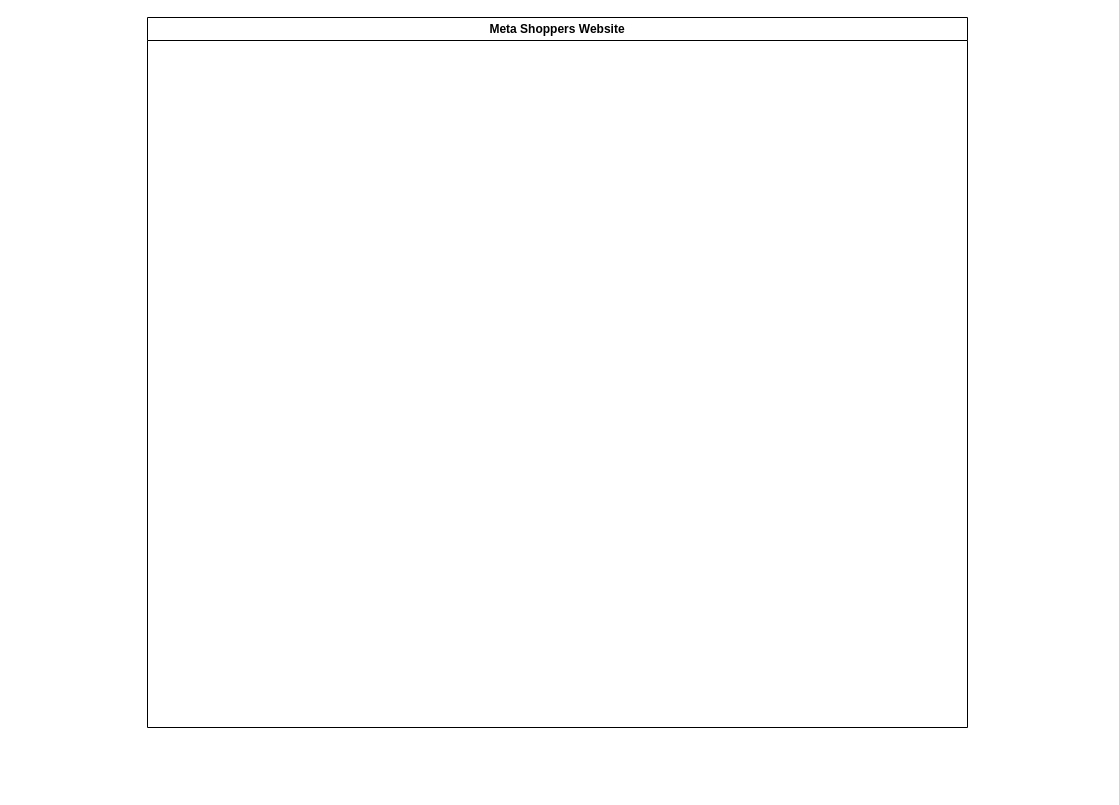
Earlier version of the draw.io diagram Documentations/3- Usecase Diagram/MetaShoppers_UCDiag.drawio (Mehrbod-MK/MetaShoppers). Source tidied: cells renumbered, new cells numbered last; positions are measured from the earlier drawing's top-left corner, leaving out a move shared by most shapes. Both pictures are drawn from the tidied source at 100%, with x=0, y=0 at pixel (147, 17).
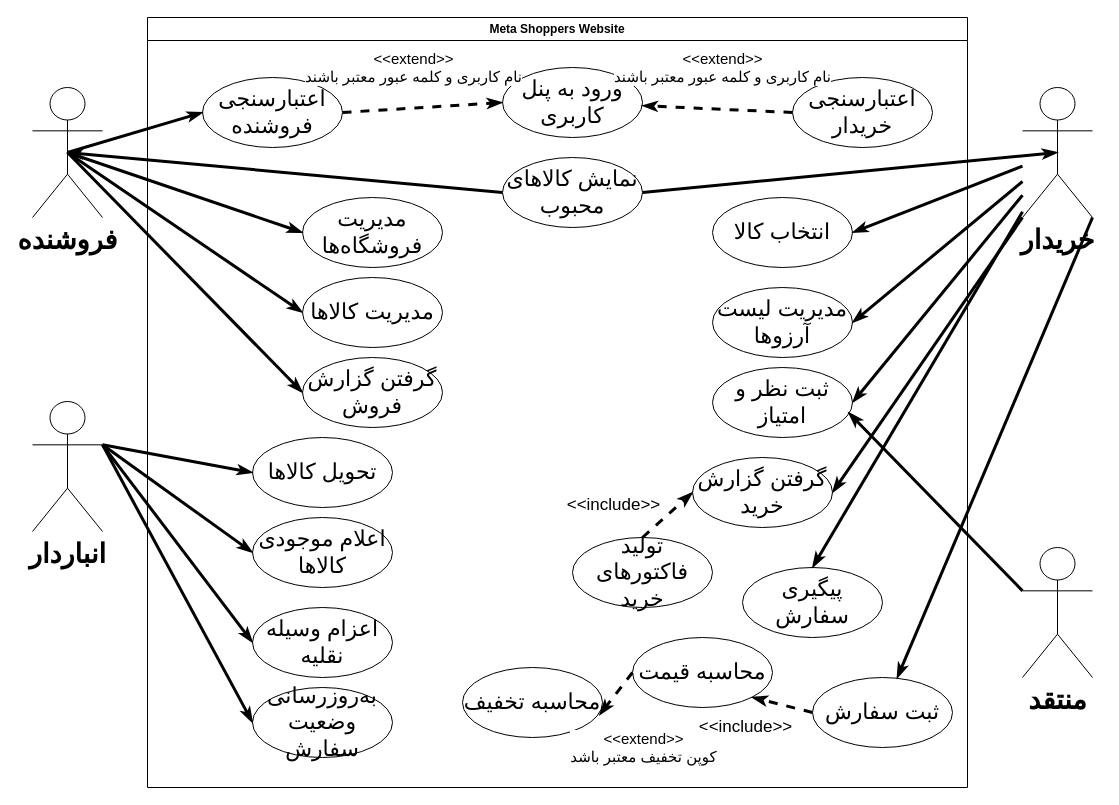
The same diagram, later.

Commit message (it also covers changes not shown here):
Designed Usecase Diagram and modified mind map.

What changed in the source:
```diff
@@
     <mxCell id="2" value="Meta Shoppers Website" style="swimlane;whiteSpace=wrap;html=1;" parent="1" vertex="1">
-      <mxGeometry width="820" height="710" as="geometry" />
+      <mxGeometry width="820" height="770" as="geometry" />
     </mxCell>
+    <mxCell id="3" value="اعتبارسنجی فروشنده" style="ellipse;whiteSpace=wrap;html=1;fontSize=22;" parent="2" vertex="1">
+      <mxGeometry x="55" y="60" width="140" height="70" as="geometry" />
+    </mxCell>
+    <mxCell id="4" value="ورود به پنل کاربری" style="ellipse;whiteSpace=wrap;html=1;fontSize=22;" parent="2" vertex="1">
+      <mxGeometry x="355" y="50" width="140" height="70" as="geometry" />
+    </mxCell>
+    <mxCell id="5" value="مدیریت فروشگاه‌ها" style="ellipse;whiteSpace=wrap;html=1;fontSize=22;" parent="2" vertex="1">
+      <mxGeometry x="155" y="180" width="140" height="70" as="geometry" />
+    </mxCell>
+    <mxCell id="6" value="مدیریت کالاها" style="ellipse;whiteSpace=wrap;html=1;fontSize=22;" parent="2" vertex="1">
+      <mxGeometry x="155" y="260" width="140" height="70" as="geometry" />
+    </mxCell>
+    <mxCell id="7" value="اعتبارسنجی خریدار" style="ellipse;whiteSpace=wrap;html=1;fontSize=22;" parent="2" vertex="1">
+      <mxGeometry x="645" y="60" width="140" height="70" as="geometry" />
+    </mxCell>
+    <mxCell id="8" value="انتخاب کالا" style="ellipse;whiteSpace=wrap;html=1;fontSize=22;" parent="2" vertex="1">
+      <mxGeometry x="565" y="180" width="140" height="70" as="geometry" />
+    </mxCell>
+    <mxCell id="9" value="مدیریت لیست آرزوها" style="ellipse;whiteSpace=wrap;html=1;fontSize=22;" parent="2" vertex="1">
+      <mxGeometry x="565" y="270" width="140" height="70" as="geometry" />
+    </mxCell>
+    <mxCell id="10" value="ثبت نظر و امتیاز" style="ellipse;whiteSpace=wrap;html=1;fontSize=22;" parent="2" vertex="1">
+      <mxGeometry x="565" y="350" width="140" height="70" as="geometry" />
+    </mxCell>
+    <mxCell id="11" value="گرفتن گزارش خرید" style="ellipse;whiteSpace=wrap;html=1;fontSize=22;" parent="2" vertex="1">
+      <mxGeometry x="545" y="440" width="140" height="70" as="geometry" />
+    </mxCell>
+    <mxCell id="12" value="تولید فاکتورهای خرید" style="ellipse;whiteSpace=wrap;html=1;fontSize=22;" parent="2" vertex="1">
+      <mxGeometry x="425" y="520" width="140" height="70" as="geometry" />
+    </mxCell>
+    <mxCell id="13" value="پیگیری سفارش" style="ellipse;whiteSpace=wrap;html=1;fontSize=22;" parent="2" vertex="1">
+      <mxGeometry x="595" y="550" width="140" height="70" as="geometry" />
+    </mxCell>
+    <mxCell id="14" style="endArrow=classicThin;html=1;rounded=0;exitX=1;exitY=0.5;exitDx=0;exitDy=0;entryX=0;entryY=0.5;entryDx=0;entryDy=0;endFill=1;strokeWidth=3;dashed=1;" parent="2" edge="1" source="3" target="4">
+      <mxGeometry relative="1" as="geometry" />
+    </mxCell>
+    <mxCell id="15" value="&amp;lt;&amp;lt;extend&amp;gt;&amp;gt;&lt;div style=&quot;font-size: 15px;&quot;&gt;نام کاربری و کلمه عبور معتبر باشند&lt;/div&gt;" style="edgeLabel;html=1;align=center;verticalAlign=middle;fontSize=15;" parent="14" vertex="1">
+      <mxGeometry x="0.27" relative="1" as="geometry">
+        <mxPoint x="-31" y="-39" as="offset" />
+      </mxGeometry>
+    </mxCell>
+    <mxCell id="16" style="endArrow=classicThin;html=1;rounded=0;exitX=0;exitY=0.5;exitDx=0;exitDy=0;endFill=1;strokeWidth=3;dashed=1;" parent="2" edge="1" source="7" target="4">
+      <mxGeometry relative="1" as="geometry" />
+    </mxCell>
+    <mxCell id="17" value="&amp;lt;&amp;lt;extend&amp;gt;&amp;gt;&lt;div style=&quot;font-size: 15px;&quot;&gt;نام کاربری و کلمه عبور معتبر باشند&lt;/div&gt;" style="edgeLabel;html=1;align=center;verticalAlign=middle;fontSize=15;" parent="16" vertex="1">
+      <mxGeometry x="0.27" relative="1" as="geometry">
+        <mxPoint x="25" y="-41" as="offset" />
+      </mxGeometry>
+    </mxCell>
+    <mxCell id="18" value="گرفتن گزارش فروش" style="ellipse;whiteSpace=wrap;html=1;fontSize=22;" parent="2" vertex="1">
+      <mxGeometry x="155" y="340" width="140" height="70" as="geometry" />
+    </mxCell>
+    <mxCell id="19" value="نمایش کالاهای محبوب" style="ellipse;whiteSpace=wrap;html=1;fontSize=22;" parent="2" vertex="1">
+      <mxGeometry x="355" y="140" width="140" height="70" as="geometry" />
+    </mxCell>
+    <mxCell id="20" value="محاسبه قیمت" style="ellipse;whiteSpace=wrap;html=1;fontSize=22;" parent="2" vertex="1">
+      <mxGeometry x="485" y="620" width="140" height="70" as="geometry" />
+    </mxCell>
+    <mxCell id="21" style="endArrow=classicThin;html=1;rounded=0;exitX=0.5;exitY=0;exitDx=0;exitDy=0;entryX=0;entryY=0.5;entryDx=0;entryDy=0;endFill=1;strokeWidth=3;dashed=1;" parent="2" edge="1" source="12" target="11">
+      <mxGeometry relative="1" as="geometry" />
+    </mxCell>
+    <mxCell id="22" value="&amp;lt;&amp;lt;include&amp;gt;&amp;gt;" style="edgeLabel;html=1;align=center;verticalAlign=middle;fontSize=17;" parent="21" vertex="1">
+      <mxGeometry x="0.46" y="-4" relative="1" as="geometry">
+        <mxPoint x="-69" y="-3" as="offset" />
+      </mxGeometry>
+    </mxCell>
+    <mxCell id="23" value="ثبت سفارش" style="ellipse;whiteSpace=wrap;html=1;fontSize=22;" parent="2" vertex="1">
+      <mxGeometry x="665" y="660" width="140" height="70" as="geometry" />
+    </mxCell>
+    <mxCell id="24" style="endArrow=classicThin;html=1;rounded=0;exitX=0;exitY=0.5;exitDx=0;exitDy=0;entryX=1;entryY=1;entryDx=0;entryDy=0;endFill=1;strokeWidth=3;dashed=1;" parent="2" edge="1" source="23" target="20">
+      <mxGeometry relative="1" as="geometry" />
+    </mxCell>
+    <mxCell id="25" value="&amp;lt;&amp;lt;include&amp;gt;&amp;gt;" style="edgeLabel;html=1;align=center;verticalAlign=middle;fontSize=17;" parent="24" vertex="1">
+      <mxGeometry x="0.46" y="-4" relative="1" as="geometry">
+        <mxPoint x="-24" y="30" as="offset" />
+      </mxGeometry>
+    </mxCell>
+    <mxCell id="26" value="محاسبه تخفیف" style="ellipse;whiteSpace=wrap;html=1;fontSize=22;" parent="2" vertex="1">
+      <mxGeometry x="315" y="650" width="140" height="70" as="geometry" />
+    </mxCell>
+    <mxCell id="27" style="endArrow=classicThin;html=1;rounded=0;exitX=0;exitY=0.5;exitDx=0;exitDy=0;endFill=1;strokeWidth=3;dashed=1;entryX=0.979;entryY=0.677;entryDx=0;entryDy=0;entryPerimeter=0;" parent="2" edge="1" source="20" target="26">
+      <mxGeometry relative="1" as="geometry" />
+    </mxCell>
+    <mxCell id="28" value="&amp;lt;&amp;lt;extend&amp;gt;&amp;gt;&lt;div style=&quot;font-size: 15px;&quot;&gt;کوپن تخفیف معتبر باشد&lt;/div&gt;" style="edgeLabel;html=1;align=center;verticalAlign=middle;fontSize=15;" parent="27" vertex="1">
+      <mxGeometry x="0.27" relative="1" as="geometry">
+        <mxPoint x="31" y="48" as="offset" />
+      </mxGeometry>
+    </mxCell>
+    <mxCell id="29" value="تحویل کالاها" style="ellipse;whiteSpace=wrap;html=1;fontSize=22;" parent="2" vertex="1">
+      <mxGeometry x="105" y="420" width="140" height="70" as="geometry" />
+    </mxCell>
+    <mxCell id="30" value="اعلام موجودی کالاها" style="ellipse;whiteSpace=wrap;html=1;fontSize=22;" parent="2" vertex="1">
+      <mxGeometry x="105" y="500" width="140" height="70" as="geometry" />
+    </mxCell>
+    <mxCell id="31" value="اعزام وسیله نقلیه" style="ellipse;whiteSpace=wrap;html=1;fontSize=22;" parent="2" vertex="1">
+      <mxGeometry x="105" y="590" width="140" height="70" as="geometry" />
+    </mxCell>
+    <mxCell id="32" value="به‌روزرسانی وضعیت سفارش" style="ellipse;whiteSpace=wrap;html=1;fontSize=22;" parent="2" vertex="1">
+      <mxGeometry x="105" y="670" width="140" height="70" as="geometry" />
+    </mxCell>
+    <mxCell id="33" value="فروشنده" style="shape=umlActor;verticalLabelPosition=bottom;verticalAlign=top;html=1;outlineConnect=0;fontSize=27;fontStyle=1;" parent="1" vertex="1">
+      <mxGeometry x="-115" y="70" width="70" height="130" as="geometry" />
+    </mxCell>
+    <mxCell id="34" value="خریدار" style="shape=umlActor;verticalLabelPosition=bottom;verticalAlign=top;html=1;outlineConnect=0;fontSize=27;fontStyle=1;" parent="1" vertex="1">
+      <mxGeometry x="875" y="70" width="70" height="130" as="geometry" />
+    </mxCell>
+    <mxCell id="35" style="endArrow=classicThin;html=1;rounded=0;exitX=0.5;exitY=0.5;exitDx=0;exitDy=0;exitPerimeter=0;entryX=0;entryY=0.5;entryDx=0;entryDy=0;endFill=1;strokeWidth=3;" parent="1" edge="1" source="33" target="3">
+      <mxGeometry relative="1" as="geometry" />
+    </mxCell>
+    <mxCell id="36" style="endArrow=classicThin;html=1;rounded=0;exitX=0.5;exitY=0.5;exitDx=0;exitDy=0;exitPerimeter=0;entryX=0;entryY=0.5;entryDx=0;entryDy=0;endFill=1;strokeWidth=3;" parent="1" edge="1" source="33" target="5">
+      <mxGeometry relative="1" as="geometry" />
+    </mxCell>
+    <mxCell id="37" style="endArrow=classicThin;html=1;rounded=0;exitX=0.5;exitY=0.5;exitDx=0;exitDy=0;exitPerimeter=0;entryX=0;entryY=0.5;entryDx=0;entryDy=0;endFill=1;strokeWidth=3;" parent="1" edge="1" source="33" target="6">
+      <mxGeometry relative="1" as="geometry" />
+    </mxCell>
+    <mxCell id="38" style="endArrow=classicThin;html=1;rounded=0;exitX=0.5;exitY=0.5;exitDx=0;exitDy=0;exitPerimeter=0;entryX=0;entryY=0.5;entryDx=0;entryDy=0;endFill=1;strokeWidth=3;" parent="1" edge="1" source="33" target="18">
+      <mxGeometry relative="1" as="geometry" />
+    </mxCell>
+    <mxCell id="39" style="endArrow=classicThin;html=1;rounded=0;exitX=0;exitY=0.5;exitDx=0;exitDy=0;entryX=0.5;entryY=0.5;entryDx=0;entryDy=0;endFill=1;strokeWidth=3;entryPerimeter=0;" parent="1" edge="1" source="19" target="33">
+      <mxGeometry relative="1" as="geometry" />
+    </mxCell>
+    <mxCell id="40" style="endArrow=classicThin;html=1;rounded=0;exitX=1;exitY=0.5;exitDx=0;exitDy=0;entryX=0.5;entryY=0.5;entryDx=0;entryDy=0;endFill=1;strokeWidth=3;entryPerimeter=0;" parent="1" edge="1" source="19" target="34">
+      <mxGeometry relative="1" as="geometry" />
+    </mxCell>
+    <mxCell id="41" style="endArrow=classicThin;html=1;rounded=0;entryX=1;entryY=0.5;entryDx=0;entryDy=0;endFill=1;strokeWidth=3;" parent="1" edge="1" source="34" target="8">
+      <mxGeometry relative="1" as="geometry" />
+    </mxCell>
+    <mxCell id="42" style="endArrow=classicThin;html=1;rounded=0;entryX=1;entryY=0.5;entryDx=0;entryDy=0;endFill=1;strokeWidth=3;" parent="1" edge="1" source="34" target="9">
+      <mxGeometry relative="1" as="geometry" />
+    </mxCell>
+    <mxCell id="43" style="endArrow=classicThin;html=1;rounded=0;entryX=1;entryY=0.5;entryDx=0;entryDy=0;endFill=1;strokeWidth=3;" parent="1" edge="1" source="34" target="10">
+      <mxGeometry relative="1" as="geometry" />
+    </mxCell>
+    <mxCell id="44" style="endArrow=classicThin;html=1;rounded=0;entryX=1;entryY=0.5;entryDx=0;entryDy=0;endFill=1;strokeWidth=3;exitX=0;exitY=1;exitDx=0;exitDy=0;exitPerimeter=0;" parent="1" edge="1" source="34" target="11">
+      <mxGeometry relative="1" as="geometry" />
+    </mxCell>
+    <mxCell id="45" style="endArrow=classicThin;html=1;rounded=0;endFill=1;strokeWidth=3;exitX=1;exitY=1;exitDx=0;exitDy=0;exitPerimeter=0;" parent="1" edge="1" source="34" target="23">
+      <mxGeometry relative="1" as="geometry" />
+    </mxCell>
+    <mxCell id="46" style="endArrow=classicThin;html=1;rounded=0;endFill=1;strokeWidth=3;entryX=0.5;entryY=0;entryDx=0;entryDy=0;" parent="1" edge="1" source="34" target="13">
+      <mxGeometry relative="1" as="geometry" />
+    </mxCell>
+    <mxCell id="47" value="منتقد" style="shape=umlActor;verticalLabelPosition=bottom;verticalAlign=top;html=1;outlineConnect=0;fontSize=27;fontStyle=1;" parent="1" vertex="1">
+      <mxGeometry x="875" y="530" width="70" height="130" as="geometry" />
+    </mxCell>
+    <mxCell id="48" style="endArrow=classicThin;html=1;rounded=0;entryX=0.971;entryY=0.643;entryDx=0;entryDy=0;endFill=1;strokeWidth=3;exitX=0;exitY=0.3333333333333333;exitDx=0;exitDy=0;exitPerimeter=0;entryPerimeter=0;" parent="1" edge="1" source="47" target="10">
+      <mxGeometry relative="1" as="geometry" />
+    </mxCell>
+    <mxCell id="49" value="انباردار" style="shape=umlActor;verticalLabelPosition=bottom;verticalAlign=top;html=1;outlineConnect=0;fontSize=27;fontStyle=1;" parent="1" vertex="1">
+      <mxGeometry x="-115" y="384" width="70" height="130" as="geometry" />
+    </mxCell>
+    <mxCell id="50" style="endArrow=classicThin;html=1;rounded=0;exitX=1;exitY=0.3333333333333333;exitDx=0;exitDy=0;exitPerimeter=0;entryX=0;entryY=0.5;entryDx=0;entryDy=0;endFill=1;strokeWidth=3;" parent="1" edge="1" source="49" target="29">
+      <mxGeometry relative="1" as="geometry" />
+    </mxCell>
+    <mxCell id="51" style="endArrow=classicThin;html=1;rounded=0;exitX=1;exitY=0.3333333333333333;exitDx=0;exitDy=0;exitPerimeter=0;entryX=0;entryY=0.5;entryDx=0;entryDy=0;endFill=1;strokeWidth=3;" parent="1" edge="1" source="49" target="30">
+      <mxGeometry relative="1" as="geometry" />
+    </mxCell>
+    <mxCell id="52" style="endArrow=classicThin;html=1;rounded=0;exitX=1;exitY=0.3333333333333333;exitDx=0;exitDy=0;exitPerimeter=0;entryX=0;entryY=0.5;entryDx=0;entryDy=0;endFill=1;strokeWidth=3;" parent="1" edge="1" source="49" target="31">
+      <mxGeometry relative="1" as="geometry" />
+    </mxCell>
+    <mxCell id="53" style="endArrow=classicThin;html=1;rounded=0;exitX=1;exitY=0.3333333333333333;exitDx=0;exitDy=0;exitPerimeter=0;entryX=0;entryY=0.5;entryDx=0;entryDy=0;endFill=1;strokeWidth=3;" parent="1" edge="1" source="49" target="32">
+      <mxGeometry relative="1" as="geometry" />
+    </mxCell>
```
